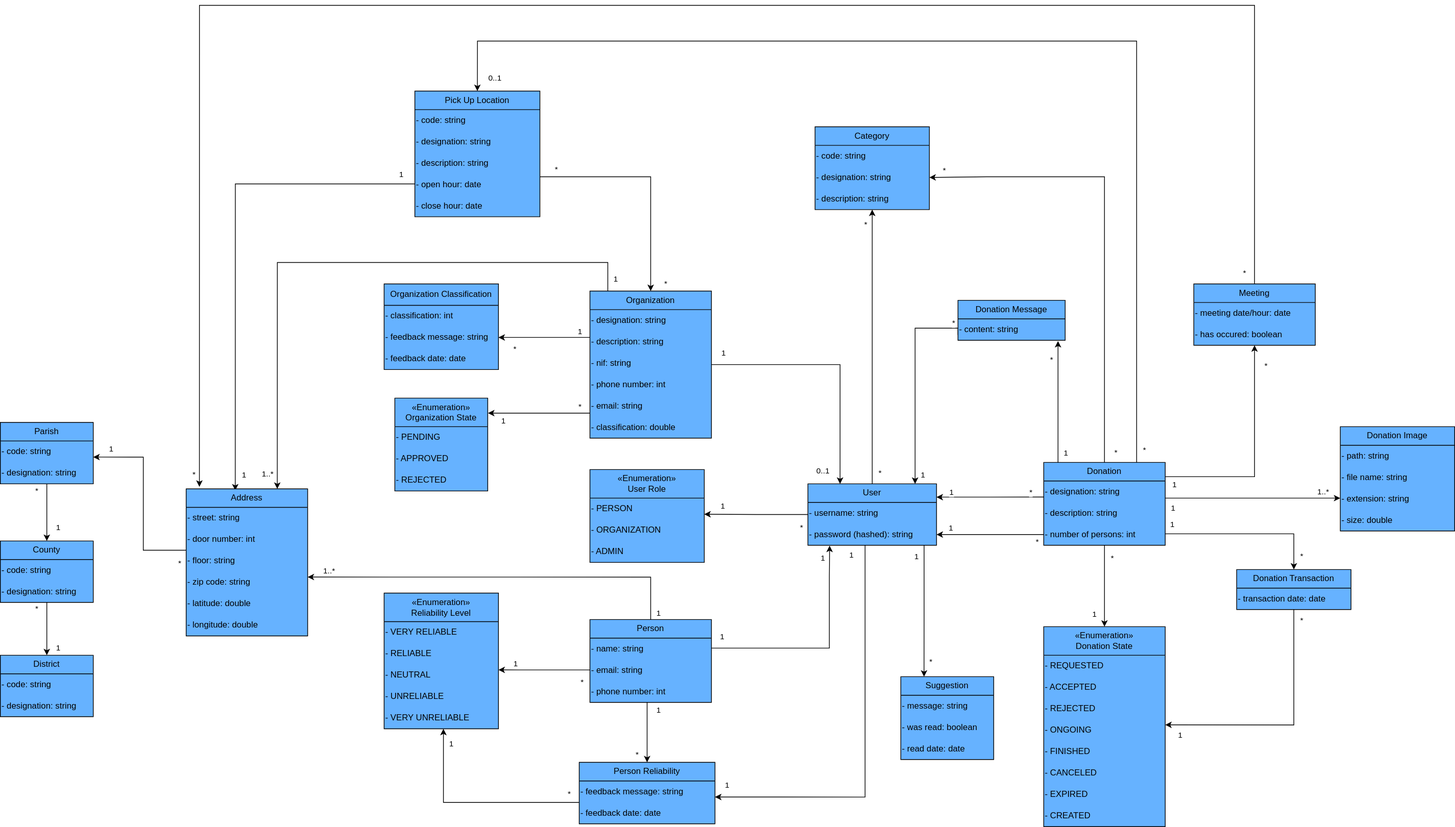
Above: domain_model.svg in Symbolism00/ReDoar (draw.io), before the change. Source tidied: cells renumbered, new cells last; positions are measured from the earlier drawing's top-left corner, leaving out a move shared by most shapes.
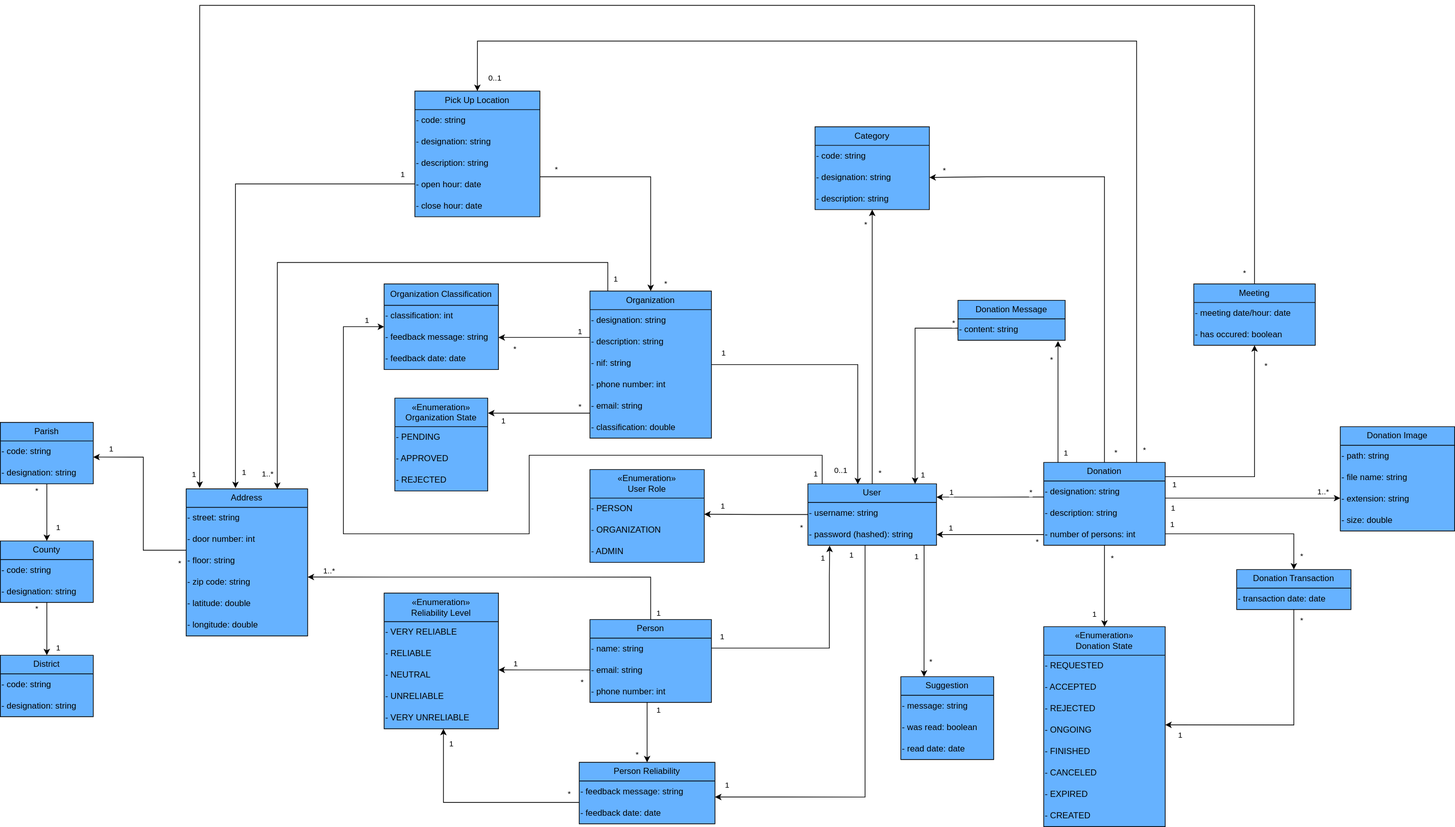
After the commit.

Change to the diagram source:
```diff
@@ -4,3 +4,3 @@
     <mxCell id="1" parent="0" />
-    <mxCell id="2" style="edgeStyle=orthogonalEdgeStyle;rounded=0;jettySize=auto;html=1;entryX=1;entryY=0.75;entryDx=0;entryDy=0;" parent="1" edge="1" source="23" target="167">
+    <mxCell id="2" style="edgeStyle=orthogonalEdgeStyle;rounded=0;jettySize=auto;html=1;entryX=1;entryY=0.75;entryDx=0;entryDy=0;fillColor=#e51400;strokeColor=#000000;" parent="1" edge="1" source="23" target="167">
       <mxGeometry relative="1" as="geometry" />
@@ -17,3 +17,3 @@
     </mxCell>
-    <mxCell id="5" style="edgeStyle=orthogonalEdgeStyle;rounded=0;jettySize=auto;html=1;entryX=1;entryY=0.75;entryDx=0;entryDy=0;" parent="1" edge="1" source="23" target="105">
+    <mxCell id="5" style="edgeStyle=orthogonalEdgeStyle;rounded=0;jettySize=auto;html=1;entryX=1;entryY=0.75;entryDx=0;entryDy=0;fillColor=#e51400;strokeColor=#000000;" parent="1" edge="1" source="23" target="105">
       <mxGeometry relative="1" as="geometry">
@@ -34,3 +34,3 @@
     </mxCell>
-    <mxCell id="8" style="edgeStyle=orthogonalEdgeStyle;rounded=0;jettySize=auto;html=1;entryX=0;entryY=0.5;entryDx=0;entryDy=0;endArrow=none;endFill=0;startArrow=classic;startFill=1;" parent="1" edge="1" source="23" target="44">
+    <mxCell id="8" style="edgeStyle=orthogonalEdgeStyle;rounded=0;jettySize=auto;html=1;entryX=0;entryY=0.5;entryDx=0;entryDy=0;endArrow=none;endFill=0;startArrow=classic;startFill=1;fillColor=#f8cecc;strokeColor=#000000;" parent="1" edge="1" source="23" target="44">
       <mxGeometry relative="1" as="geometry">
@@ -52,3 +52,3 @@
     </mxCell>
-    <mxCell id="11" style="edgeStyle=orthogonalEdgeStyle;rounded=0;jettySize=auto;html=1;entryX=0;entryY=0.75;entryDx=0;entryDy=0;startArrow=classic;startFill=1;endArrow=none;endFill=0;" parent="1" edge="1" source="23" target="42">
+    <mxCell id="11" style="edgeStyle=orthogonalEdgeStyle;rounded=0;jettySize=auto;html=1;entryX=0;entryY=0.75;entryDx=0;entryDy=0;startArrow=classic;startFill=1;endArrow=none;endFill=0;fillColor=#f8cecc;strokeColor=#000000;" parent="1" edge="1" source="23" target="42">
       <mxGeometry relative="1" as="geometry">
@@ -69,3 +69,3 @@
     </mxCell>
-    <mxCell id="14" style="edgeStyle=orthogonalEdgeStyle;rounded=0;jettySize=auto;html=1;entryX=0;entryY=0.75;entryDx=0;entryDy=0;endArrow=none;endFill=0;startArrow=classic;startFill=1;" parent="1" edge="1" source="23" target="90">
+    <mxCell id="14" style="edgeStyle=orthogonalEdgeStyle;rounded=0;jettySize=auto;html=1;entryX=0;entryY=0.75;entryDx=0;entryDy=0;endArrow=none;endFill=0;startArrow=classic;startFill=1;strokeColor=#000000;" parent="1" edge="1" source="23" target="90">
       <mxGeometry relative="1" as="geometry">
@@ -86,3 +86,3 @@
     </mxCell>
-    <mxCell id="17" style="edgeStyle=orthogonalEdgeStyle;rounded=0;jettySize=auto;html=1;entryX=0.5;entryY=1;entryDx=0;entryDy=0;" parent="1" edge="1" source="23" target="99">
+    <mxCell id="17" style="edgeStyle=orthogonalEdgeStyle;rounded=0;jettySize=auto;html=1;entryX=0.5;entryY=1;entryDx=0;entryDy=0;fillColor=#e51400;strokeColor=#000000;" parent="1" edge="1" source="23" target="99">
       <mxGeometry relative="1" as="geometry" />
@@ -99,3 +99,3 @@
     </mxCell>
-    <mxCell id="20" style="edgeStyle=orthogonalEdgeStyle;rounded=0;jettySize=auto;html=1;entryX=0.25;entryY=0;entryDx=0;entryDy=0;" parent="1" edge="1" source="23" target="107">
+    <mxCell id="20" style="edgeStyle=orthogonalEdgeStyle;rounded=0;jettySize=auto;html=1;entryX=0.25;entryY=0;entryDx=0;entryDy=0;fillColor=#e51400;strokeColor=#000000;" parent="1" edge="1" source="23" target="107">
       <mxGeometry relative="1" as="geometry">
@@ -116,2 +116,23 @@
     </mxCell>
+    <mxCell id="182" style="edgeStyle=orthogonalEdgeStyle;rounded=0;jettySize=auto;html=1;entryX=0;entryY=0;entryDx=0;entryDy=0;fillColor=#e51400;strokeColor=#000000;" parent="1" edge="1" source="23" target="102">
+      <mxGeometry relative="1" as="geometry">
+        <Array as="points">
+          <mxPoint x="1150" y="630" />
+          <mxPoint x="740" y="630" />
+          <mxPoint x="740" y="740" />
+          <mxPoint x="480" y="740" />
+          <mxPoint x="480" y="450" />
+        </Array>
+      </mxGeometry>
+    </mxCell>
+    <mxCell id="183" value="1" style="edgeLabel;html=1;align=center;verticalAlign=middle;" parent="182" vertex="1">
+      <mxGeometry x="-0.98" relative="1" as="geometry">
+        <mxPoint x="-10" y="-1" as="offset" />
+      </mxGeometry>
+    </mxCell>
+    <mxCell id="184" value="1" style="edgeLabel;html=1;align=center;verticalAlign=middle;" parent="182" vertex="1">
+      <mxGeometry x="0.96" y="1" relative="1" as="geometry">
+        <mxPoint y="-9" as="offset" />
+      </mxGeometry>
+    </mxCell>
     <mxCell id="23" value="User" style="swimlane;fontStyle=0;horizontal=1;startSize=26;fillColor=#66B2FF;whiteSpace=wrap;html=1;strokeColor=#000000;gradientColor=none;swimlaneFillColor=#66B2FF;" parent="1" vertex="1">
@@ -125,3 +146,3 @@
     </mxCell>
-    <mxCell id="26" style="edgeStyle=orthogonalEdgeStyle;rounded=0;jettySize=auto;html=1;" parent="1" edge="1" source="41" target="126">
+    <mxCell id="26" style="edgeStyle=orthogonalEdgeStyle;rounded=0;jettySize=auto;html=1;strokeColor=#000000;" parent="1" edge="1" source="41" target="126">
       <mxGeometry relative="1" as="geometry">
@@ -142,3 +163,3 @@
     </mxCell>
-    <mxCell id="29" style="edgeStyle=orthogonalEdgeStyle;rounded=0;jettySize=auto;html=1;" parent="1" edge="1" source="41">
+    <mxCell id="29" style="edgeStyle=orthogonalEdgeStyle;rounded=0;jettySize=auto;html=1;strokeColor=#000000;" parent="1" edge="1" source="41">
       <mxGeometry relative="1" as="geometry">
@@ -161,3 +182,3 @@
     </mxCell>
-    <mxCell id="32" style="edgeStyle=orthogonalEdgeStyle;rounded=0;jettySize=auto;html=1;" parent="1" edge="1" source="41" target="54">
+    <mxCell id="32" style="edgeStyle=orthogonalEdgeStyle;rounded=0;jettySize=auto;html=1;strokeColor=#000000;" parent="1" edge="1" source="41" target="54">
       <mxGeometry relative="1" as="geometry">
@@ -178,3 +199,3 @@
     </mxCell>
-    <mxCell id="35" style="edgeStyle=orthogonalEdgeStyle;rounded=0;jettySize=auto;html=1;entryX=0.5;entryY=0;entryDx=0;entryDy=0;" parent="1" edge="1" source="41" target="61">
+    <mxCell id="35" style="edgeStyle=orthogonalEdgeStyle;rounded=0;jettySize=auto;html=1;entryX=0.5;entryY=0;entryDx=0;entryDy=0;strokeColor=#000000;" parent="1" edge="1" source="41" target="61">
       <mxGeometry relative="1" as="geometry">
@@ -196,3 +217,3 @@
     </mxCell>
-    <mxCell id="38" style="edgeStyle=orthogonalEdgeStyle;rounded=0;jettySize=auto;html=1;entryX=1;entryY=0.5;entryDx=0;entryDy=0;" parent="1" edge="1" source="41" target="98">
+    <mxCell id="38" style="edgeStyle=orthogonalEdgeStyle;rounded=0;jettySize=auto;html=1;entryX=1;entryY=0.5;entryDx=0;entryDy=0;strokeColor=#000000;" parent="1" edge="1" source="41" target="98">
       <mxGeometry relative="1" as="geometry">
@@ -238,3 +259,3 @@
     </mxCell>
-    <mxCell id="49" style="edgeStyle=orthogonalEdgeStyle;rounded=0;jettySize=auto;html=1;entryX=0.109;entryY=-0.014;entryDx=0;entryDy=0;entryPerimeter=0;" parent="1" edge="1" source="52" target="82">
+    <mxCell id="49" style="edgeStyle=orthogonalEdgeStyle;rounded=0;jettySize=auto;html=1;entryX=0.111;entryY=-0.007;entryDx=0;entryDy=0;entryPerimeter=0;strokeColor=#000000;" parent="1" edge="1" source="52" target="82">
       <mxGeometry relative="1" as="geometry">
@@ -251,3 +272,3 @@
     </mxCell>
-    <mxCell id="51" value="*" style="edgeLabel;html=1;align=center;verticalAlign=middle;" parent="49" vertex="1">
+    <mxCell id="51" value="1" style="edgeLabel;html=1;align=center;verticalAlign=middle;" parent="49" vertex="1">
       <mxGeometry x="0.98" y="-1" relative="1" as="geometry">
@@ -265,3 +286,3 @@
     </mxCell>
-    <mxCell id="55" style="edgeStyle=orthogonalEdgeStyle;rounded=0;jettySize=auto;html=1;entryX=0.404;entryY=0.011;entryDx=0;entryDy=0;entryPerimeter=0;" parent="1" edge="1" source="61" target="82">
+    <mxCell id="55" style="edgeStyle=orthogonalEdgeStyle;rounded=0;jettySize=auto;html=1;entryX=0.406;entryY=-0.005;entryDx=0;entryDy=0;entryPerimeter=0;fillColor=#e51400;strokeColor=#000000;" parent="1" edge="1" source="61" target="82">
       <mxGeometry relative="1" as="geometry">
@@ -282,3 +303,3 @@
     </mxCell>
-    <mxCell id="58" style="edgeStyle=orthogonalEdgeStyle;rounded=0;jettySize=auto;html=1;entryX=0.5;entryY=0;entryDx=0;entryDy=0;" parent="1" edge="1" source="61" target="159">
+    <mxCell id="58" style="edgeStyle=orthogonalEdgeStyle;rounded=0;jettySize=auto;html=1;entryX=0.5;entryY=0;entryDx=0;entryDy=0;fillColor=#e51400;strokeColor=#000000;" parent="1" edge="1" source="61" target="159">
       <mxGeometry relative="1" as="geometry">
@@ -353,3 +374,3 @@
     </mxCell>
-    <mxCell id="79" style="edgeStyle=orthogonalEdgeStyle;rounded=0;jettySize=auto;html=1;entryX=1;entryY=0.75;entryDx=0;entryDy=0;exitX=0;exitY=1;exitDx=0;exitDy=0;" parent="1" edge="1" source="84" target="68">
+    <mxCell id="79" style="edgeStyle=orthogonalEdgeStyle;rounded=0;jettySize=auto;html=1;entryX=1;entryY=0.75;entryDx=0;entryDy=0;exitX=0;exitY=1;exitDx=0;exitDy=0;fillColor=#e51400;strokeColor=#000000;" parent="1" edge="1" source="84" target="68">
       <mxGeometry relative="1" as="geometry">
@@ -494,3 +515,3 @@
     </mxCell>
-    <mxCell id="123" style="edgeStyle=orthogonalEdgeStyle;rounded=0;jettySize=auto;html=1;entryX=1;entryY=0.25;entryDx=0;entryDy=0;" parent="1" edge="1" source="126" target="74">
+    <mxCell id="123" style="edgeStyle=orthogonalEdgeStyle;rounded=0;jettySize=auto;html=1;entryX=1;entryY=0.25;entryDx=0;entryDy=0;strokeColor=#000000;" parent="1" edge="1" source="126" target="74">
       <mxGeometry relative="1" as="geometry">
@@ -517,3 +538,3 @@
     </mxCell>
-    <mxCell id="128" style="edgeStyle=orthogonalEdgeStyle;rounded=0;jettySize=auto;html=1;entryX=0.169;entryY=1.019;entryDx=0;entryDy=0;entryPerimeter=0;" parent="1" edge="1" source="143" target="25">
+    <mxCell id="128" style="edgeStyle=orthogonalEdgeStyle;rounded=0;jettySize=auto;html=1;entryX=0.169;entryY=1.019;entryDx=0;entryDy=0;entryPerimeter=0;fillColor=#e51400;strokeColor=#000000;" parent="1" edge="1" source="143" target="25">
       <mxGeometry relative="1" as="geometry">
@@ -535,3 +556,3 @@
     </mxCell>
-    <mxCell id="131" style="edgeStyle=orthogonalEdgeStyle;rounded=0;jettySize=auto;html=1;" parent="1" edge="1" target="116">
+    <mxCell id="131" style="edgeStyle=orthogonalEdgeStyle;rounded=0;jettySize=auto;html=1;fillColor=#e51400;strokeColor=#000000;" parent="1" edge="1" target="116">
       <mxGeometry relative="1" as="geometry">
@@ -553,3 +574,3 @@
     </mxCell>
-    <mxCell id="134" style="edgeStyle=orthogonalEdgeStyle;rounded=0;jettySize=auto;html=1;entryX=1;entryY=0.25;entryDx=0;entryDy=0;" parent="1" edge="1" source="143" target="114">
+    <mxCell id="134" style="edgeStyle=orthogonalEdgeStyle;rounded=0;jettySize=auto;html=1;entryX=1;entryY=0.25;entryDx=0;entryDy=0;fillColor=#e51400;strokeColor=#000000;" parent="1" edge="1" source="143" target="114">
       <mxGeometry relative="1" as="geometry">
@@ -570,3 +591,3 @@
     </mxCell>
-    <mxCell id="137" style="edgeStyle=orthogonalEdgeStyle;rounded=0;jettySize=auto;html=1;" parent="1" edge="1" source="143" target="104">
+    <mxCell id="137" style="edgeStyle=orthogonalEdgeStyle;rounded=0;jettySize=auto;html=1;fillColor=#e51400;strokeColor=#000000;" parent="1" edge="1" source="143" target="104">
       <mxGeometry relative="1" as="geometry">
@@ -588,3 +609,3 @@
     </mxCell>
-    <mxCell id="140" style="edgeStyle=orthogonalEdgeStyle;rounded=0;jettySize=auto;html=1;entryX=1;entryY=0.25;entryDx=0;entryDy=0;" parent="1" edge="1" source="143" target="86">
+    <mxCell id="140" style="edgeStyle=orthogonalEdgeStyle;rounded=0;jettySize=auto;html=1;entryX=1;entryY=0.25;entryDx=0;entryDy=0;fillColor=#e51400;strokeColor=#000000;" parent="1" edge="1" source="143" target="86">
       <mxGeometry relative="1" as="geometry">
@@ -617,3 +638,3 @@
     </mxCell>
-    <mxCell id="147" style="edgeStyle=orthogonalEdgeStyle;rounded=0;jettySize=auto;html=1;entryX=0.25;entryY=0;entryDx=0;entryDy=0;" parent="1" edge="1" source="159" target="23">
+    <mxCell id="147" style="edgeStyle=orthogonalEdgeStyle;rounded=0;jettySize=auto;html=1;entryX=0.388;entryY=0.007;entryDx=0;entryDy=0;entryPerimeter=0;fillColor=#e51400;strokeColor=#000000;" parent="1" edge="1" source="159" target="23">
       <mxGeometry relative="1" as="geometry" />
@@ -630,3 +651,3 @@
     </mxCell>
-    <mxCell id="150" style="edgeStyle=orthogonalEdgeStyle;rounded=0;jettySize=auto;html=1;entryX=1.003;entryY=0.161;entryDx=0;entryDy=0;entryPerimeter=0;" parent="1" edge="1" source="159" target="45">
+    <mxCell id="150" style="edgeStyle=orthogonalEdgeStyle;rounded=0;jettySize=auto;html=1;entryX=1.003;entryY=0.161;entryDx=0;entryDy=0;entryPerimeter=0;fillColor=#e51400;strokeColor=#000000;" parent="1" edge="1" source="159" target="45">
       <mxGeometry relative="1" as="geometry">
@@ -648,3 +669,3 @@
     </mxCell>
-    <mxCell id="153" style="edgeStyle=orthogonalEdgeStyle;rounded=0;jettySize=auto;html=1;entryX=1;entryY=0.5;entryDx=0;entryDy=0;" parent="1" edge="1" source="159" target="102">
+    <mxCell id="153" style="edgeStyle=orthogonalEdgeStyle;rounded=0;jettySize=auto;html=1;entryX=1;entryY=0.5;entryDx=0;entryDy=0;fillColor=#e51400;strokeColor=#000000;" parent="1" edge="1" source="159" target="102">
       <mxGeometry relative="1" as="geometry">
@@ -666,3 +687,3 @@
     </mxCell>
-    <mxCell id="156" style="edgeStyle=orthogonalEdgeStyle;rounded=0;jettySize=auto;html=1;entryX=0.75;entryY=0;entryDx=0;entryDy=0;" parent="1" edge="1" source="159" target="82">
+    <mxCell id="156" style="edgeStyle=orthogonalEdgeStyle;rounded=0;jettySize=auto;html=1;entryX=0.75;entryY=0;entryDx=0;entryDy=0;fillColor=#e51400;strokeColor=#000000;" parent="1" edge="1" source="159" target="82">
       <mxGeometry relative="1" as="geometry">
@@ -717,3 +738,3 @@
     </mxCell>
-    <mxCell id="170" style="edgeStyle=orthogonalEdgeStyle;rounded=0;jettySize=auto;html=1;entryX=0.5;entryY=0;entryDx=0;entryDy=0;" parent="1" edge="1" source="69" target="117">
+    <mxCell id="170" style="edgeStyle=orthogonalEdgeStyle;rounded=0;jettySize=auto;html=1;entryX=0.5;entryY=0;entryDx=0;entryDy=0;fillColor=#e51400;strokeColor=#000000;" parent="1" edge="1" source="69" target="117">
       <mxGeometry relative="1" as="geometry" />
@@ -730,3 +751,3 @@
     </mxCell>
-    <mxCell id="173" style="edgeStyle=orthogonalEdgeStyle;rounded=0;jettySize=auto;html=1;" parent="1" edge="1" source="119" target="120">
+    <mxCell id="173" style="edgeStyle=orthogonalEdgeStyle;rounded=0;jettySize=auto;html=1;fillColor=#e51400;strokeColor=#000000;" parent="1" edge="1" source="119" target="120">
       <mxGeometry relative="1" as="geometry" />
@@ -743,3 +764,3 @@
     </mxCell>
-    <mxCell id="176" style="edgeStyle=orthogonalEdgeStyle;rounded=0;jettySize=auto;html=1;exitX=0.5;exitY=1;exitDx=0;exitDy=0;" parent="1" edge="1" source="44" target="70">
+    <mxCell id="176" style="edgeStyle=orthogonalEdgeStyle;rounded=0;jettySize=auto;html=1;exitX=0.5;exitY=1;exitDx=0;exitDy=0;fillColor=#f8cecc;strokeColor=#000000;" parent="1" edge="1" source="44" target="70">
       <mxGeometry relative="1" as="geometry" />
@@ -756,3 +777,3 @@
     </mxCell>
-    <mxCell id="179" style="edgeStyle=orthogonalEdgeStyle;rounded=0;orthogonalLoop=1;jettySize=auto;html=1;" parent="1" edge="1">
+    <mxCell id="179" style="edgeStyle=orthogonalEdgeStyle;rounded=0;orthogonalLoop=1;jettySize=auto;html=1;strokeColor=#000000;" parent="1" edge="1">
       <mxGeometry relative="1" as="geometry">
```
